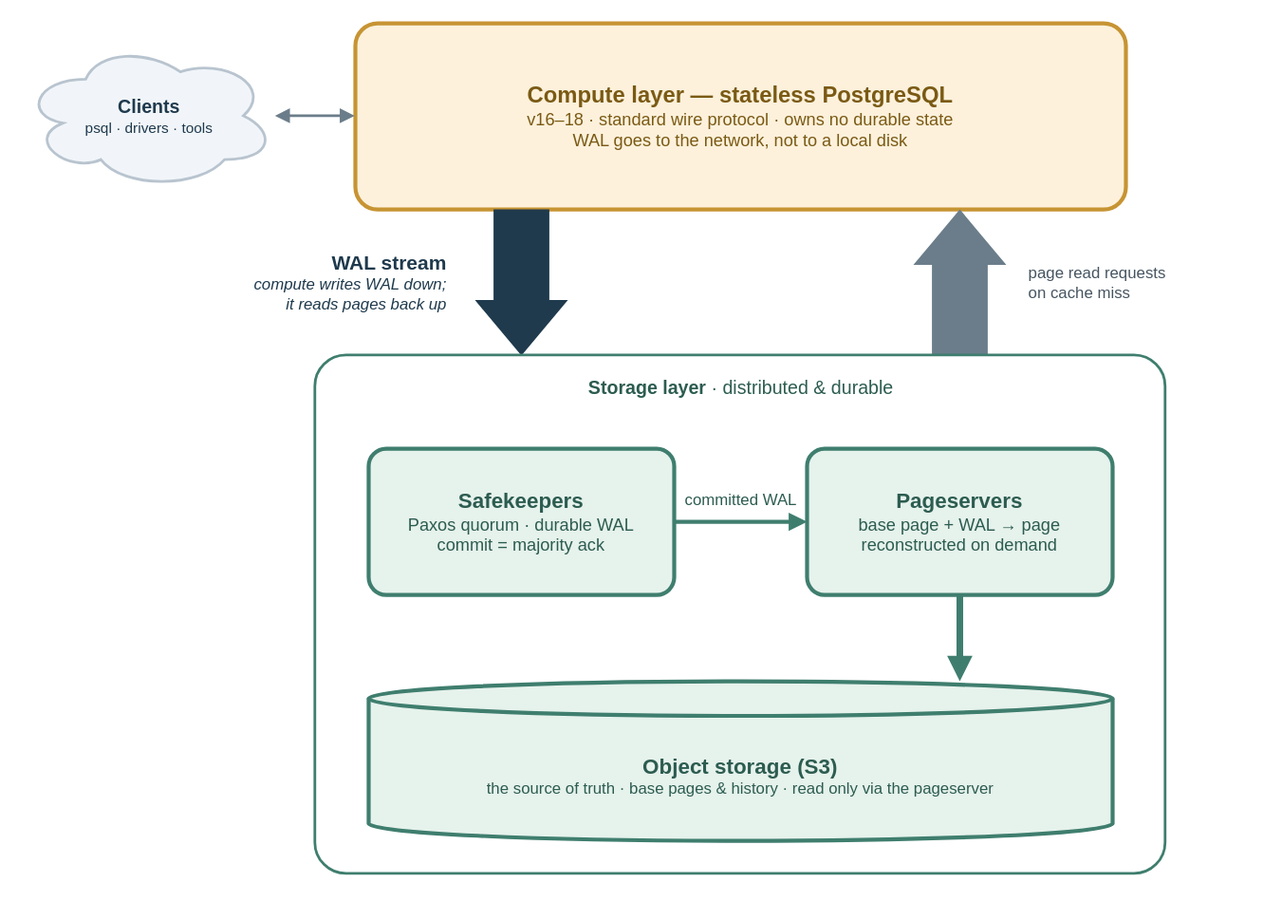
This is content/posts/decoupling-compute-storage-postgres-lakebase/lakebase-compute-storage-architecture.drawio.svg from AlexeyEvlampiev/alexeyevlampiev.github.io, a draw.io export, as it was before one commit. Source tidied: cells renumbered, new cells last; positions are measured from the earlier drawing's top-left corner, leaving out a move shared by most shapes.
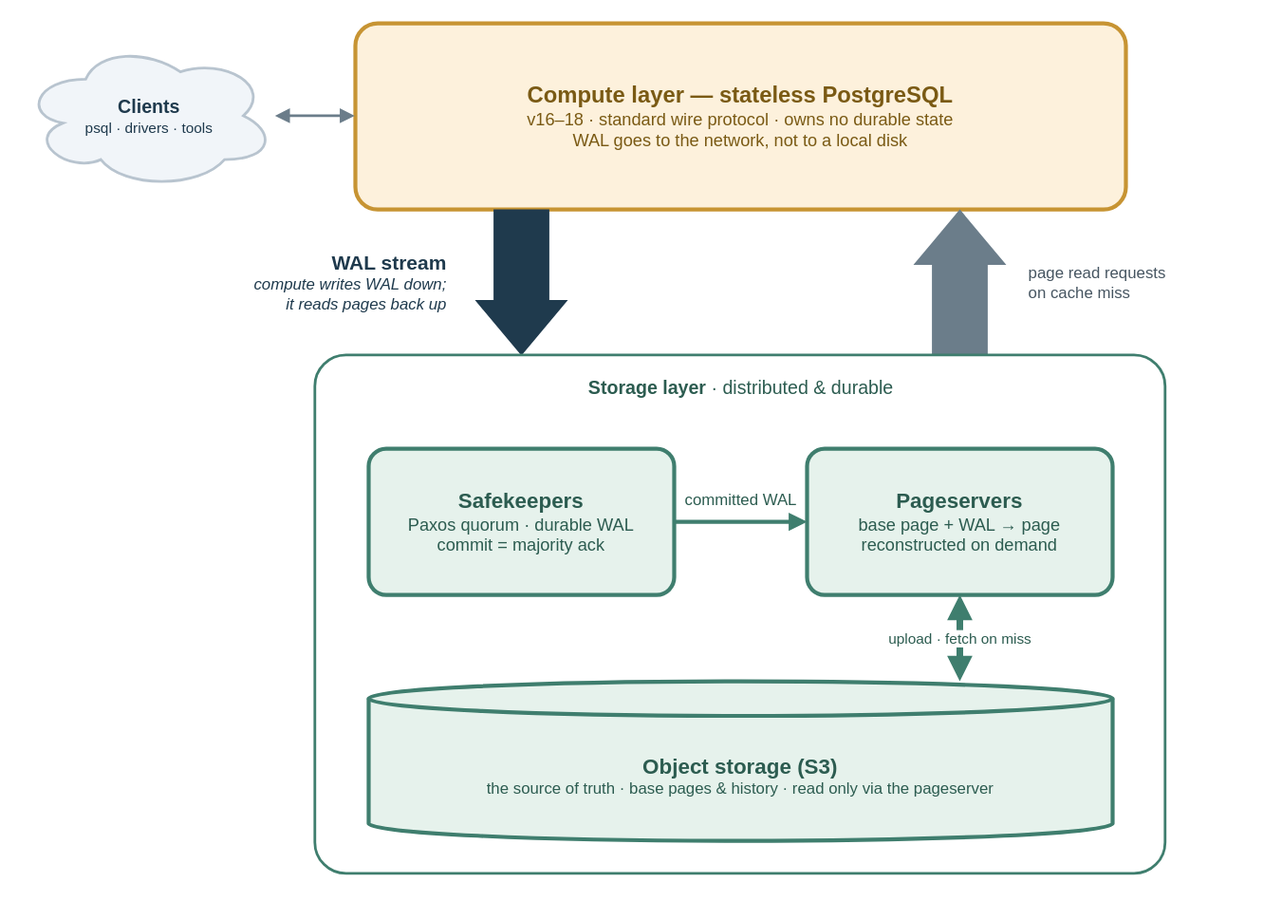
Later version of the same file.

Diff of the diagram source:
```diff
@@ -43,7 +43,7 @@
     <mxCell id="14" value="&lt;font style=&quot;font-size:16px&quot;&gt;&lt;b&gt;Object storage (S3)&lt;/b&gt;&lt;/font&gt;&lt;br&gt;&lt;font style=&quot;font-size:12px&quot;&gt;the source of truth · base pages &amp;amp; history · read only via the pageserver&lt;/font&gt;" style="shape=cylinder3;whiteSpace=wrap;html=1;boundedLbl=1;backgroundOutline=1;size=13;fillColor=#e6f2ec;strokeColor=#3f7e6e;strokeWidth=3;fontColor=#2c5c50;" parent="1" vertex="1">
       <mxGeometry x="260" y="495" width="560" height="120" as="geometry" />
     </mxCell>
-    <mxCell id="15" style="endArrow=block;html=1;edgeStyle=none;rounded=0;strokeColor=#3f7e6e;strokeWidth=5;exitX=0.5;exitY=1;exitDx=0;exitDy=0;entryX=0.7946;entryY=0;entryDx=0;entryDy=0;" parent="1" edge="1" source="12" target="14">
+    <mxCell id="15" value="&lt;font style=&quot;font-size:11px&quot;&gt;upload · fetch on miss&lt;/font&gt;" style="endArrow=block;startArrow=block;html=1;edgeStyle=none;rounded=0;strokeColor=#3f7e6e;strokeWidth=5;fontColor=#2c5c50;exitX=0.5;exitY=1;exitDx=0;exitDy=0;entryX=0.7946;entryY=0;entryDx=0;entryDy=0;" parent="1" edge="1" source="12" target="14">
       <mxGeometry relative="1" as="geometry" />
     </mxCell>
   </root>
```
